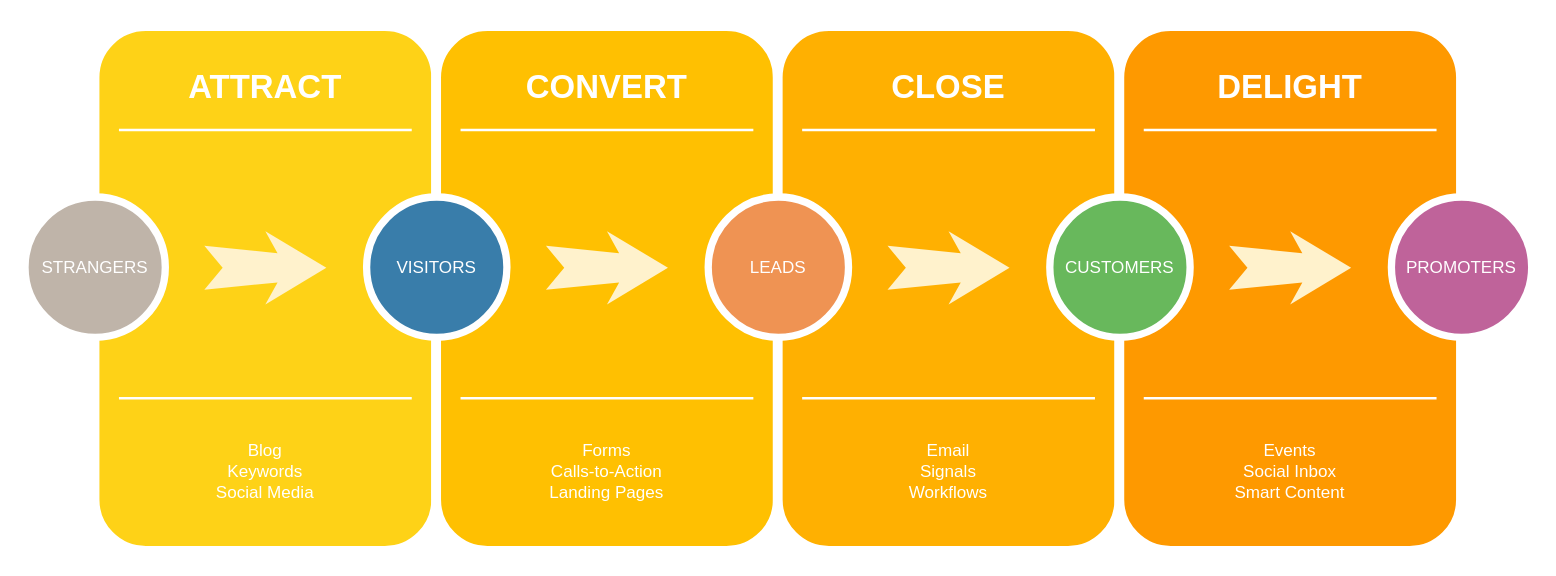
Above: Untitled Diagram.drawio in halilkrkn/RemindersApp (draw.io), before the change. Source tidied: cells renumbered, new cells numbered last; positions are measured from the earlier drawing's top-left corner, leaving out a move shared by most shapes. Both pictures are drawn from the tidied source at 122%, with x=0, y=0 at pixel (24, 26).
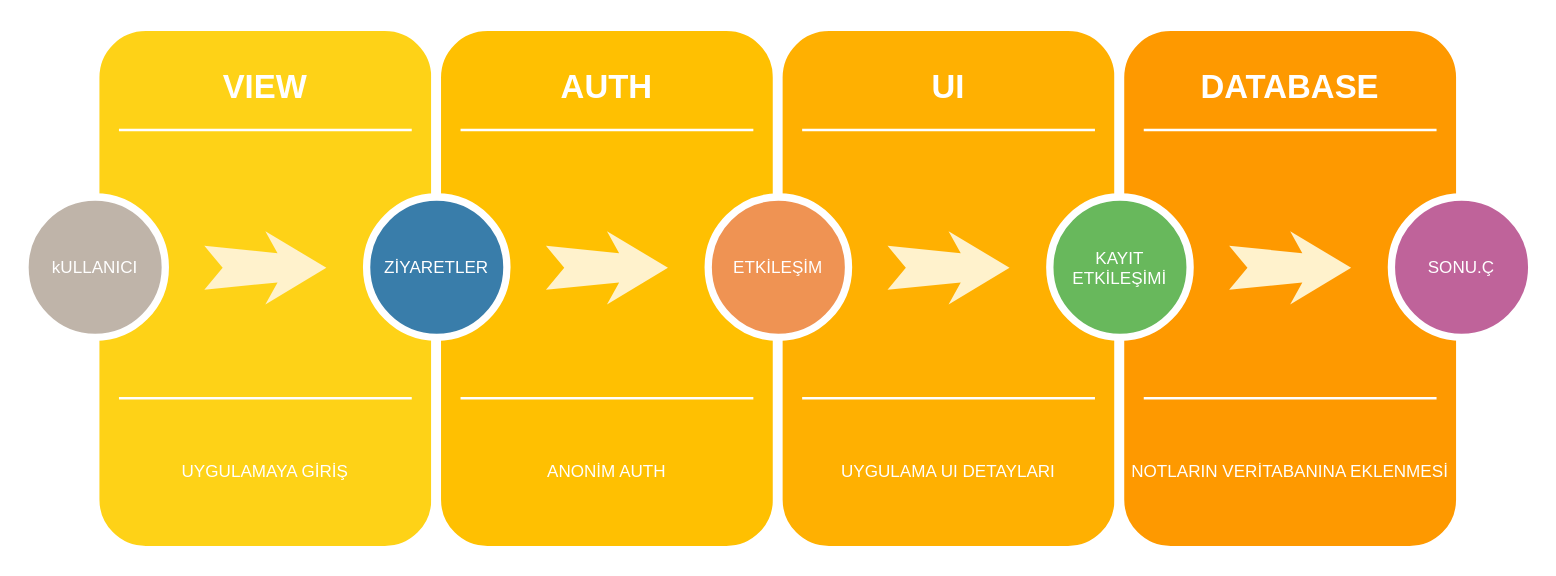
After the change.

The edit, as a diff of the source:
```diff
@@
-    <mxCell id="3" value="ATTRACT" style="text;html=1;strokeColor=none;fillColor=none;align=center;verticalAlign=middle;whiteSpace=wrap;rounded=0;shadow=0;fontSize=27;fontColor=#FFFFFF;fontStyle=1;" parent="1" vertex="1">
+    <mxCell id="3" value="VIEW" style="text;html=1;strokeColor=none;fillColor=none;align=center;verticalAlign=middle;whiteSpace=wrap;rounded=0;shadow=0;fontSize=27;fontColor=#FFFFFF;fontStyle=1;" parent="1" vertex="1">
       <mxGeometry x="57" y="20" width="280" height="60" as="geometry" />
     </mxCell>
-    <mxCell id="4" value="Blog&lt;div&gt;Keywords&lt;/div&gt;&lt;div&gt;Social Media&lt;/div&gt;" style="text;html=1;strokeColor=none;fillColor=none;align=center;verticalAlign=middle;whiteSpace=wrap;rounded=0;shadow=0;fontSize=14;fontColor=#FFFFFF;" parent="1" vertex="1">
+    <mxCell id="4" value="UYGULAMAYA GİRİŞ" style="text;html=1;strokeColor=none;fillColor=none;align=center;verticalAlign=middle;whiteSpace=wrap;rounded=0;shadow=0;fontSize=14;fontColor=#FFFFFF;" parent="1" vertex="1">
       <mxGeometry x="57" y="320" width="280" height="90" as="geometry" />
     </mxCell>
@@
-    <mxCell id="7" value="STRANGERS" style="ellipse;whiteSpace=wrap;html=1;rounded=0;shadow=0;strokeWidth=6;fontSize=14;align=center;fillColor=#BFB4A9;strokeColor=#FFFFFF;fontColor=#FFFFFF;" parent="1" vertex="1">
+    <mxCell id="7" value="kULLANICI" style="ellipse;whiteSpace=wrap;html=1;rounded=0;shadow=0;strokeWidth=6;fontSize=14;align=center;fillColor=#BFB4A9;strokeColor=#FFFFFF;fontColor=#FFFFFF;" parent="1" vertex="1">
       <mxGeometry y="140" width="115" height="115" as="geometry" />
     </mxCell>
@@
-    <mxCell id="10" value="CONVERT" style="text;html=1;strokeColor=none;fillColor=none;align=center;verticalAlign=middle;whiteSpace=wrap;rounded=0;shadow=0;fontSize=27;fontColor=#FFFFFF;fontStyle=1;" parent="1" vertex="1">
+    <mxCell id="10" value="AUTH" style="text;html=1;strokeColor=none;fillColor=none;align=center;verticalAlign=middle;whiteSpace=wrap;rounded=0;shadow=0;fontSize=27;fontColor=#FFFFFF;fontStyle=1;" parent="1" vertex="1">
       <mxGeometry x="337" y="20" width="280" height="60" as="geometry" />
     </mxCell>
-    <mxCell id="11" value="Forms&lt;div&gt;Calls-to-Action&lt;/div&gt;&lt;div&gt;Landing Pages&lt;/div&gt;" style="text;html=1;strokeColor=none;fillColor=none;align=center;verticalAlign=middle;whiteSpace=wrap;rounded=0;shadow=0;fontSize=14;fontColor=#FFFFFF;" parent="1" vertex="1">
+    <mxCell id="11" value="ANONİM AUTH" style="text;html=1;strokeColor=none;fillColor=none;align=center;verticalAlign=middle;whiteSpace=wrap;rounded=0;shadow=0;fontSize=14;fontColor=#FFFFFF;" parent="1" vertex="1">
       <mxGeometry x="337" y="320" width="280" height="90" as="geometry" />
     </mxCell>
@@
-    <mxCell id="14" value="VISITORS" style="ellipse;whiteSpace=wrap;html=1;rounded=0;shadow=0;strokeWidth=6;fontSize=14;align=center;fillColor=#397DAA;strokeColor=#FFFFFF;fontColor=#FFFFFF;" parent="1" vertex="1">
+    <mxCell id="14" value="ZİYARETLER" style="ellipse;whiteSpace=wrap;html=1;rounded=0;shadow=0;strokeWidth=6;fontSize=14;align=center;fillColor=#397DAA;strokeColor=#FFFFFF;fontColor=#FFFFFF;" parent="1" vertex="1">
       <mxGeometry x="280" y="140" width="115" height="115" as="geometry" />
     </mxCell>
@@
-    <mxCell id="17" value="CLOSE" style="text;html=1;strokeColor=none;fillColor=none;align=center;verticalAlign=middle;whiteSpace=wrap;rounded=0;shadow=0;fontSize=27;fontColor=#FFFFFF;fontStyle=1;" parent="1" vertex="1">
+    <mxCell id="17" value="UI" style="text;html=1;strokeColor=none;fillColor=none;align=center;verticalAlign=middle;whiteSpace=wrap;rounded=0;shadow=0;fontSize=27;fontColor=#FFFFFF;fontStyle=1;" parent="1" vertex="1">
       <mxGeometry x="617" y="20" width="280" height="60" as="geometry" />
     </mxCell>
-    <mxCell id="18" value="Email&lt;div&gt;Signals&lt;/div&gt;&lt;div&gt;Workflows&lt;/div&gt;" style="text;html=1;strokeColor=none;fillColor=none;align=center;verticalAlign=middle;whiteSpace=wrap;rounded=0;shadow=0;fontSize=14;fontColor=#FFFFFF;" parent="1" vertex="1">
+    <mxCell id="18" value="UYGULAMA UI DETAYLARI" style="text;html=1;strokeColor=none;fillColor=none;align=center;verticalAlign=middle;whiteSpace=wrap;rounded=0;shadow=0;fontSize=14;fontColor=#FFFFFF;" parent="1" vertex="1">
       <mxGeometry x="617" y="320" width="280" height="90" as="geometry" />
     </mxCell>
@@
-    <mxCell id="21" value="LEADS" style="ellipse;whiteSpace=wrap;html=1;rounded=0;shadow=0;strokeWidth=6;fontSize=14;align=center;fillColor=#EF9353;strokeColor=#FFFFFF;fontColor=#FFFFFF;" parent="1" vertex="1">
+    <mxCell id="21" value="ETKİLEŞİM" style="ellipse;whiteSpace=wrap;html=1;rounded=0;shadow=0;strokeWidth=6;fontSize=14;align=center;fillColor=#EF9353;strokeColor=#FFFFFF;fontColor=#FFFFFF;" parent="1" vertex="1">
       <mxGeometry x="560" y="140" width="115" height="115" as="geometry" />
     </mxCell>
@@
-    <mxCell id="24" value="DELIGHT" style="text;html=1;strokeColor=none;fillColor=none;align=center;verticalAlign=middle;whiteSpace=wrap;rounded=0;shadow=0;fontSize=27;fontColor=#FFFFFF;fontStyle=1;" parent="1" vertex="1">
+    <mxCell id="24" value="DATABASE" style="text;html=1;strokeColor=none;fillColor=none;align=center;verticalAlign=middle;whiteSpace=wrap;rounded=0;shadow=0;fontSize=27;fontColor=#FFFFFF;fontStyle=1;" parent="1" vertex="1">
       <mxGeometry x="897" y="20" width="280" height="60" as="geometry" />
     </mxCell>
-    <mxCell id="25" value="Events&lt;div&gt;Social Inbox&lt;/div&gt;&lt;div&gt;Smart Content&lt;/div&gt;" style="text;html=1;strokeColor=none;fillColor=none;align=center;verticalAlign=middle;whiteSpace=wrap;rounded=0;shadow=0;fontSize=14;fontColor=#FFFFFF;" parent="1" vertex="1">
+    <mxCell id="25" value="NOTLARIN VERİTABANINA EKLENMESİ" style="text;html=1;strokeColor=none;fillColor=none;align=center;verticalAlign=middle;whiteSpace=wrap;rounded=0;shadow=0;fontSize=14;fontColor=#FFFFFF;" parent="1" vertex="1">
       <mxGeometry x="897" y="320" width="280" height="90" as="geometry" />
     </mxCell>
@@
-    <mxCell id="28" value="CUSTOMERS" style="ellipse;whiteSpace=wrap;html=1;rounded=0;shadow=0;strokeWidth=6;fontSize=14;align=center;fillColor=#68B85C;strokeColor=#FFFFFF;fontColor=#FFFFFF;" parent="1" vertex="1">
+    <mxCell id="28" value="KAYIT ETKİLEŞİMİ" style="ellipse;whiteSpace=wrap;html=1;rounded=0;shadow=0;strokeWidth=6;fontSize=14;align=center;fillColor=#68B85C;strokeColor=#FFFFFF;fontColor=#FFFFFF;" parent="1" vertex="1">
       <mxGeometry x="840" y="140" width="115" height="115" as="geometry" />
     </mxCell>
@@
-    <mxCell id="30" value="PROMOTERS" style="ellipse;whiteSpace=wrap;html=1;rounded=0;shadow=0;strokeWidth=6;fontSize=14;align=center;fillColor=#BF639A;strokeColor=#FFFFFF;fontColor=#FFFFFF;" parent="1" vertex="1">
+    <mxCell id="30" value="SONU.Ç" style="ellipse;whiteSpace=wrap;html=1;rounded=0;shadow=0;strokeWidth=6;fontSize=14;align=center;fillColor=#BF639A;strokeColor=#FFFFFF;fontColor=#FFFFFF;" parent="1" vertex="1">
       <mxGeometry x="1120" y="140" width="115" height="115" as="geometry" />
     </mxCell>
```
